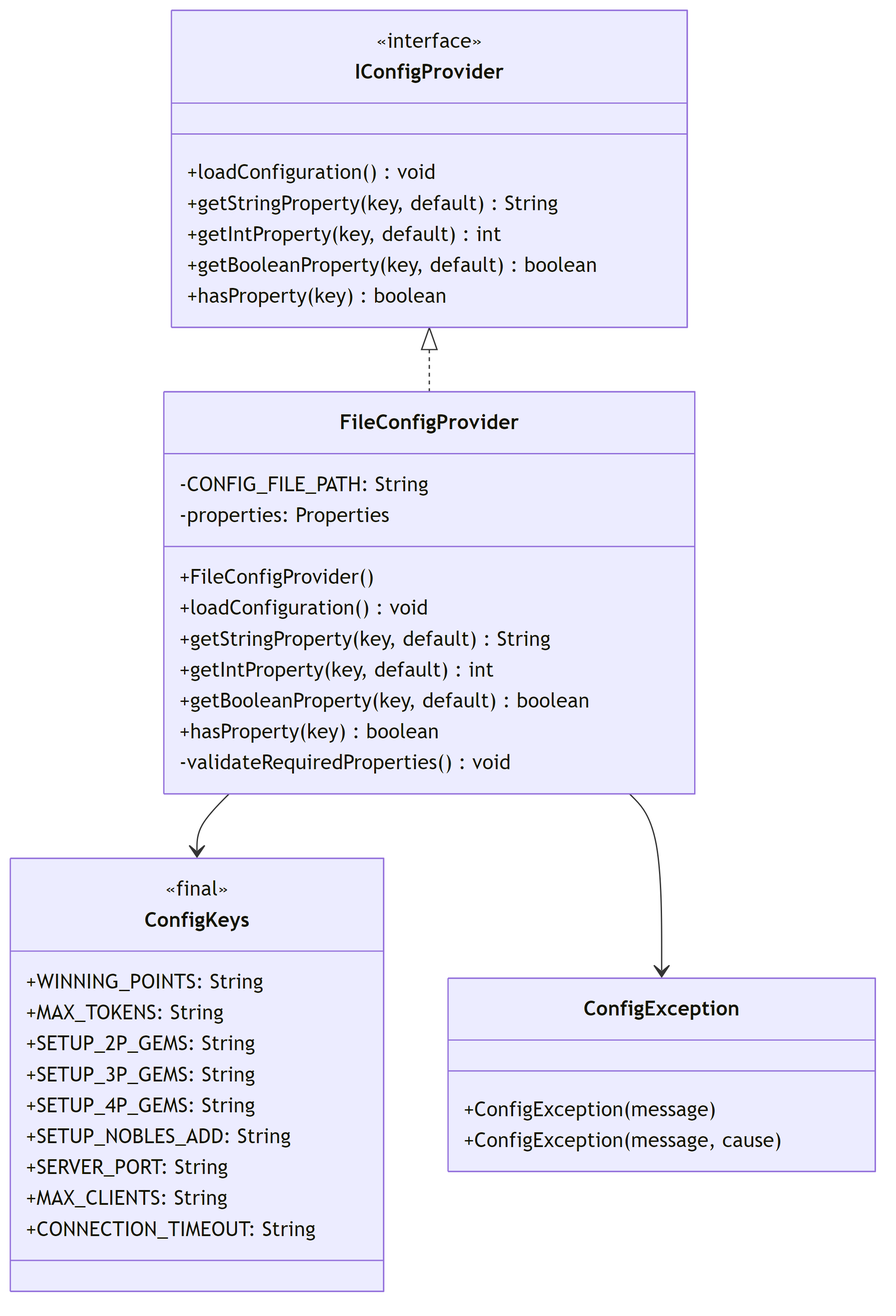
Before: diagrams/png/splendor-class-diagram_7.png, a diagram exported from Mermaid (bryanseah234/playsplendor). Its source is kept beside it as diagrams/src/splendor-class-diagram_7.mmd. The source it was exported from:
```mermaid
classDiagram
    class IConfigProvider {
        <<interface>>
        +loadConfiguration() void
        +getStringProperty(key, default) String
        +getIntProperty(key, default) int
        +getBooleanProperty(key, default) boolean
        +hasProperty(key) boolean
    }

    class FileConfigProvider {
        -CONFIG_FILE_PATH: String
        -properties: Properties
        +FileConfigProvider()
        +loadConfiguration() void
        +getStringProperty(key, default) String
        +getIntProperty(key, default) int
        +getBooleanProperty(key, default) boolean
        +hasProperty(key) boolean
        -validateRequiredProperties() void
    }

    class ConfigKeys {
        <<final>>
        +WINNING_POINTS: String
        +MAX_TOKENS: String
        +SETUP_2P_GEMS: String
        +SETUP_3P_GEMS: String
        +SETUP_4P_GEMS: String
        +SETUP_NOBLES_ADD: String
        +SERVER_PORT: String
        +MAX_CLIENTS: String
        +CONNECTION_TIMEOUT: String
    }

    class ConfigException {
        +ConfigException(message)
        +ConfigException(message, cause)
    }

    IConfigProvider <|.. FileConfigProvider
    FileConfigProvider --> ConfigKeys
    FileConfigProvider --> ConfigException
```
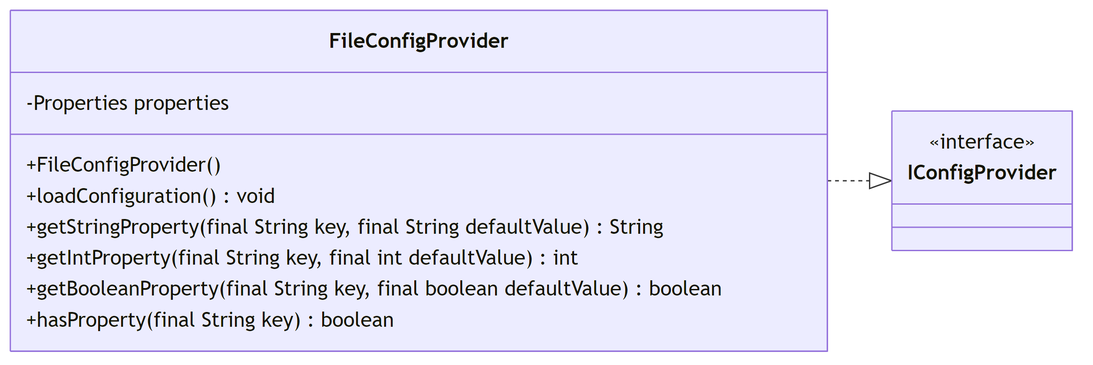
Later version of the same file.

What changed in the source:
```diff
@@ -1,43 +1,16 @@
 classDiagram
+    direction LR
+    class FileConfigProvider {
+        -Properties properties
+        +FileConfigProvider()
+        +loadConfiguration() void
+        +getStringProperty(final String key, final String defaultValue) String
+        +getIntProperty(final String key, final int defaultValue) int
+        +getBooleanProperty(final String key, final boolean defaultValue) boolean
+        +hasProperty(final String key) boolean
+    }
+
+    FileConfigProvider ..|> IConfigProvider
     class IConfigProvider {
         <<interface>>
-        +loadConfiguration() void
-        +getStringProperty(key, default) String
-        +getIntProperty(key, default) int
-        +getBooleanProperty(key, default) boolean
-        +hasProperty(key) boolean
     }
-
-    class FileConfigProvider {
-        -CONFIG_FILE_PATH: String
-        -properties: Properties
-        +FileConfigProvider()
-        +loadConfiguration() void
-        +getStringProperty(key, default) String
-        +getIntProperty(key, default) int
-        +getBooleanProperty(key, default) boolean
-        +hasProperty(key) boolean
-        -validateRequiredProperties() void
-    }
-
-    class ConfigKeys {
-        <<final>>
-        +WINNING_POINTS: String
-        +MAX_TOKENS: String
-        +SETUP_2P_GEMS: String
-        +SETUP_3P_GEMS: String
-        +SETUP_4P_GEMS: String
-        +SETUP_NOBLES_ADD: String
-        +SERVER_PORT: String
-        +MAX_CLIENTS: String
-        +CONNECTION_TIMEOUT: String
-    }
-
-    class ConfigException {
-        +ConfigException(message)
-        +ConfigException(message, cause)
-    }
-
-    IConfigProvider <|.. FileConfigProvider
-    FileConfigProvider --> ConfigKeys
-    FileConfigProvider --> ConfigException
```
